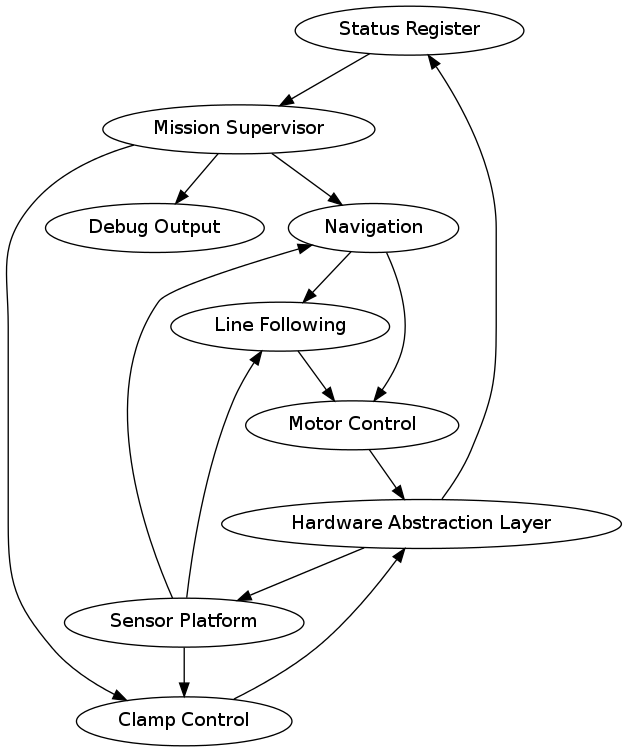
Earlier version of the Graphviz export misc/layout.png (adamgreig/IDP). Its source is kept beside it as misc/layout.dot.
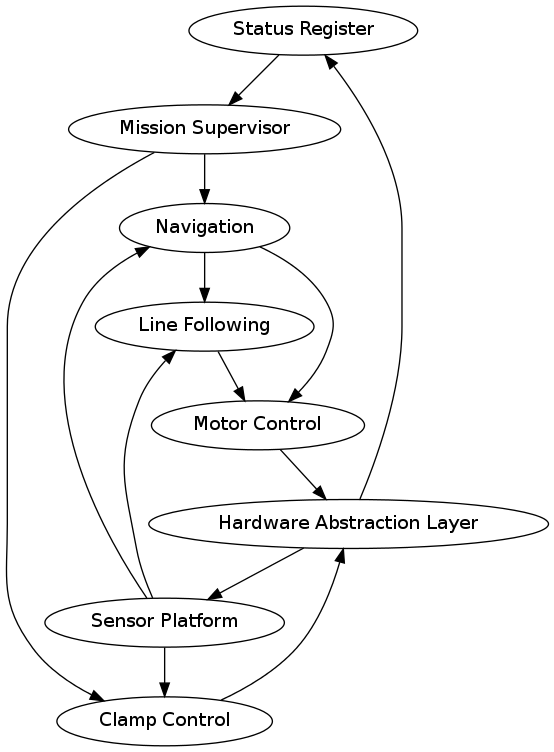
Later version of the same file.

Commit message:
about that update...

What changed in the source:
```diff
@@ -5,7 +5,6 @@
     "Line Following" -> "Motor Control";
     "Navigation" -> "Motor Control";
     "Mission Supervisor" -> "Clamp Control";
-    "Mission Supervisor" -> "Debug Output";
     "Motor Control" -> "Hardware Abstraction Layer";
     "Sensor Platform" -> "Clamp Control";
     "Sensor Platform" -> "Line Following";
```
